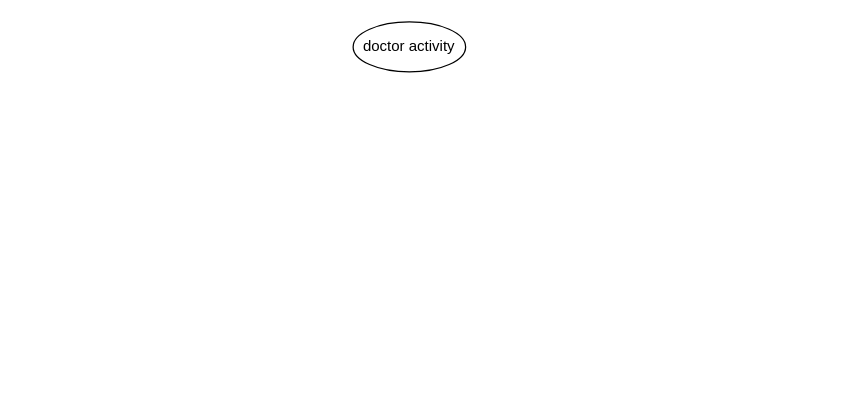
This is doctor activity.drawio from souravbiswassanto/Projects, a draw.io file, before an edit. Source tidied: cells renumbered, new cells numbered last; positions are measured from the earlier drawing's top-left corner, leaving out a move shared by most shapes. Both pictures are drawn from the tidied source at 125%, with x=0, y=0 at pixel (352, 21).
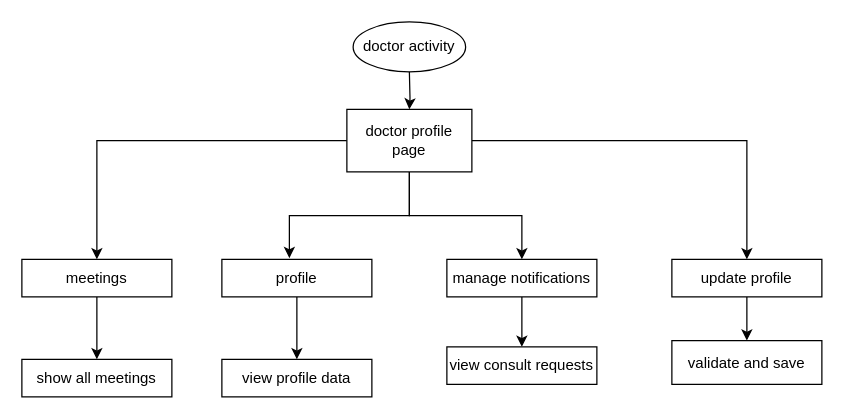
The same page after the edit.

Change to the diagram source:
```diff
@@
+    <mxCell id="3" style="edgeStyle=orthogonalEdgeStyle;rounded=0;jettySize=auto;html=1;" parent="1" edge="1" target="8">
+      <mxGeometry relative="1" as="geometry">
+        <mxPoint x="45" y="40" as="sourcePoint" />
+      </mxGeometry>
+    </mxCell>
+    <mxCell id="4" style="edgeStyle=orthogonalEdgeStyle;rounded=0;jettySize=auto;html=1;entryX=0.5;entryY=0;entryDx=0;entryDy=0;" parent="1" edge="1" source="8" target="10">
+      <mxGeometry relative="1" as="geometry">
+        <Array as="points">
+          <mxPoint x="-205" y="95" />
+        </Array>
+      </mxGeometry>
+    </mxCell>
+    <mxCell id="5" style="edgeStyle=orthogonalEdgeStyle;rounded=0;jettySize=auto;html=1;entryX=0.45;entryY=-0.033;entryDx=0;entryDy=0;entryPerimeter=0;" parent="1" edge="1" source="8" target="12">
+      <mxGeometry relative="1" as="geometry" />
+    </mxCell>
+    <mxCell id="6" style="edgeStyle=orthogonalEdgeStyle;rounded=0;jettySize=auto;html=1;entryX=0.5;entryY=0;entryDx=0;entryDy=0;" parent="1" edge="1" source="8" target="14">
+      <mxGeometry relative="1" as="geometry" />
+    </mxCell>
+    <mxCell id="7" style="edgeStyle=orthogonalEdgeStyle;rounded=0;jettySize=auto;html=1;exitX=1;exitY=0.5;exitDx=0;exitDy=0;entryX=0.5;entryY=0;entryDx=0;entryDy=0;" parent="1" edge="1" source="8" target="16">
+      <mxGeometry relative="1" as="geometry" />
+    </mxCell>
+    <mxCell id="8" value="doctor profile page" style="rounded=0;whiteSpace=wrap;html=1;" parent="1" vertex="1">
+      <mxGeometry x="-5" y="70" width="100" height="50" as="geometry" />
+    </mxCell>
+    <mxCell id="9" style="edgeStyle=orthogonalEdgeStyle;rounded=0;jettySize=auto;html=1;" parent="1" edge="1" source="10" target="17">
+      <mxGeometry relative="1" as="geometry" />
+    </mxCell>
+    <mxCell id="10" value="meetings" style="rounded=0;whiteSpace=wrap;html=1;" parent="1" vertex="1">
+      <mxGeometry x="-265" y="190" width="120" height="30" as="geometry" />
+    </mxCell>
+    <mxCell id="11" style="edgeStyle=orthogonalEdgeStyle;rounded=0;jettySize=auto;html=1;entryX=0.5;entryY=0;entryDx=0;entryDy=0;" parent="1" edge="1" source="12" target="19">
+      <mxGeometry relative="1" as="geometry" />
+    </mxCell>
+    <mxCell id="12" value="profile" style="rounded=0;whiteSpace=wrap;html=1;" parent="1" vertex="1">
+      <mxGeometry x="-105" y="190" width="120" height="30" as="geometry" />
+    </mxCell>
+    <mxCell id="13" style="edgeStyle=orthogonalEdgeStyle;rounded=0;jettySize=auto;html=1;entryX=0.5;entryY=0;entryDx=0;entryDy=0;" parent="1" edge="1" source="14" target="20">
+      <mxGeometry relative="1" as="geometry" />
+    </mxCell>
+    <mxCell id="14" value="manage notifications" style="rounded=0;whiteSpace=wrap;html=1;" parent="1" vertex="1">
+      <mxGeometry x="75" y="190" width="120" height="30" as="geometry" />
+    </mxCell>
+    <mxCell id="15" style="edgeStyle=orthogonalEdgeStyle;rounded=0;jettySize=auto;html=1;" parent="1" edge="1" source="16" target="18">
+      <mxGeometry relative="1" as="geometry" />
+    </mxCell>
+    <mxCell id="16" value="update profile" style="rounded=0;whiteSpace=wrap;html=1;" parent="1" vertex="1">
+      <mxGeometry x="255" y="190" width="120" height="30" as="geometry" />
+    </mxCell>
+    <mxCell id="17" value="show all meetings" style="rounded=0;whiteSpace=wrap;html=1;" parent="1" vertex="1">
+      <mxGeometry x="-265" y="270" width="120" height="30" as="geometry" />
+    </mxCell>
+    <mxCell id="18" value="validate and save" style="rounded=0;whiteSpace=wrap;html=1;" parent="1" vertex="1">
+      <mxGeometry x="255" y="255" width="120" height="35" as="geometry" />
+    </mxCell>
+    <mxCell id="19" value="view profile data" style="rounded=0;whiteSpace=wrap;html=1;" parent="1" vertex="1">
+      <mxGeometry x="-105" y="270" width="120" height="30" as="geometry" />
+    </mxCell>
+    <mxCell id="20" value="view consult requests" style="rounded=0;whiteSpace=wrap;html=1;" parent="1" vertex="1">
+      <mxGeometry x="75" y="260" width="120" height="30" as="geometry" />
+    </mxCell>
```
